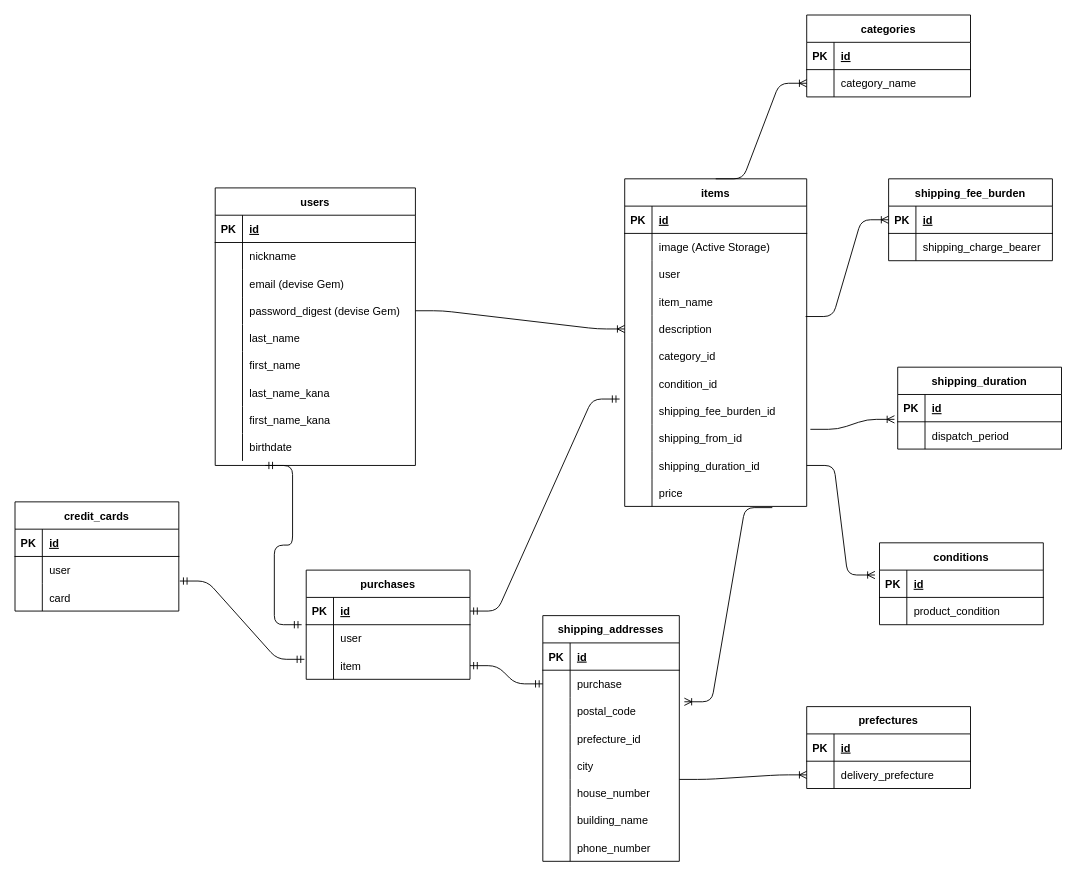
The draw.io diagram er.dio in sidrug21/furima-38607, before the edit. Source tidied: cells renumbered, new cells numbered last; positions are measured from the earlier drawing's top-left corner, leaving out a move shared by most shapes. Both pictures are drawn from the tidied source at 91%, with x=0, y=0 at pixel (15, 15).
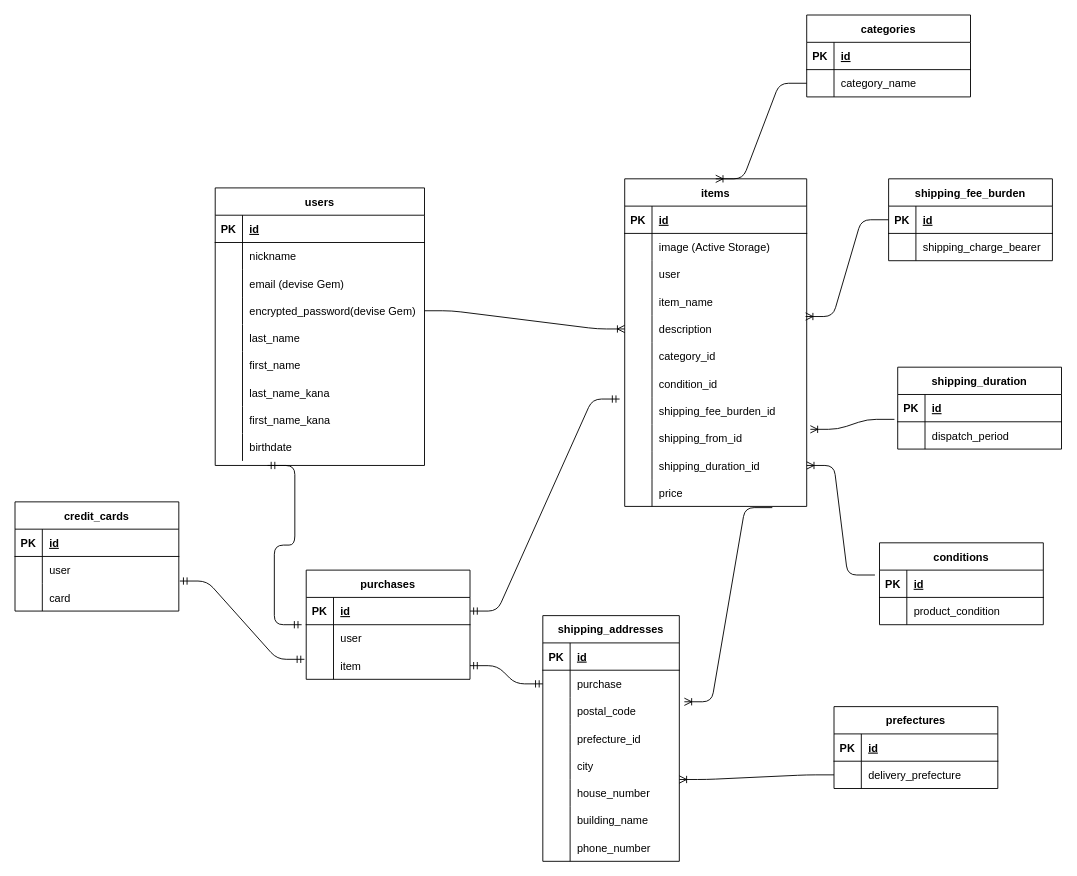
The same page after the edit.

Commit message (it also covers changes not shown here):
データベースの設計の修正_2

Unchanged cells that the change refers to:
```xml
<mxCell id="30" value="items" style="shape=table;startSize=30;childLayout=tableLayout;rowLines=0;fontStyle=1;align=center;fontColor=default;" parent="1" vertex="1">
  <mxGeometry x="670" y="180" width="200" height="360" as="geometry" />
</mxCell>
<mxCell id="43" style="shape=tableRow;horizontal=0;startSize=0;swimlaneHead=0;swimlaneBody=0;fillColor=none;points=[[0,0.5],[1,0.5]];portConstraint=eastwest;top=0;left=0;right=0;bottom=0;fontColor=default;" parent="30" vertex="1">
  <mxGeometry y="150" width="200" height="30" as="geometry" />
</mxCell>
<mxCell id="55" style="shape=tableRow;horizontal=0;startSize=0;swimlaneHead=0;swimlaneBody=0;fillColor=none;points=[[0,0.5],[1,0.5]];portConstraint=eastwest;top=0;left=0;right=0;bottom=0;fontColor=default;" parent="30" vertex="1">
  <mxGeometry y="270" width="200" height="30" as="geometry" />
</mxCell>
<mxCell id="58" style="shape=tableRow;horizontal=0;startSize=0;swimlaneHead=0;swimlaneBody=0;fillColor=none;points=[[0,0.5],[1,0.5]];portConstraint=eastwest;top=0;left=0;right=0;bottom=0;fontColor=default;" parent="30" vertex="1">
  <mxGeometry y="300" width="200" height="30" as="geometry" />
</mxCell>
<mxCell id="90" style="shape=tableRow;horizontal=0;startSize=0;swimlaneHead=0;swimlaneBody=0;fillColor=none;points=[[0,0.5],[1,0.5]];portConstraint=eastwest;top=0;left=0;right=0;bottom=0;fontColor=default;" parent="74" vertex="1">
  <mxGeometry y="180" width="150" height="30" as="geometry" />
</mxCell>
<mxCell id="105" style="shape=tableRow;horizontal=0;startSize=0;swimlaneHead=0;swimlaneBody=0;fillColor=none;points=[[0,0.5],[1,0.5]];portConstraint=eastwest;top=0;left=0;right=0;bottom=0;fontColor=default;" parent="101" vertex="1">
  <mxGeometry y="60" width="180" height="30" as="geometry" />
</mxCell>
<mxCell id="110" style="shape=tableRow;horizontal=0;startSize=0;swimlaneHead=0;swimlaneBody=0;fillColor=none;points=[[0,0.5],[1,0.5]];portConstraint=eastwest;top=0;left=0;right=0;bottom=1;fontColor=default;" parent="109" vertex="1">
  <mxGeometry y="30" width="180" height="30" as="geometry" />
</mxCell>
<mxCell id="117" style="shape=tableRow;horizontal=0;startSize=0;swimlaneHead=0;swimlaneBody=0;fillColor=none;points=[[0,0.5],[1,0.5]];portConstraint=eastwest;top=0;left=0;right=0;bottom=1;fontColor=default;" parent="116" vertex="1">
  <mxGeometry y="30" width="180" height="30" as="geometry" />
</mxCell>
<mxCell id="134" style="shape=tableRow;horizontal=0;startSize=0;swimlaneHead=0;swimlaneBody=0;fillColor=none;points=[[0,0.5],[1,0.5]];portConstraint=eastwest;top=0;left=0;right=0;bottom=1;fontColor=default;" parent="133" vertex="1">
  <mxGeometry y="30" width="180" height="30" as="geometry" />
</mxCell>
<mxCell id="151" style="shape=tableRow;horizontal=0;startSize=0;swimlaneHead=0;swimlaneBody=0;fillColor=none;points=[[0,0.5],[1,0.5]];portConstraint=eastwest;top=0;left=0;right=0;bottom=0;fontColor=default;" parent="147" vertex="1">
  <mxGeometry y="60" width="180" height="30" as="geometry" />
</mxCell>
```

The edit, as a diff of the source:
```diff
@@
     <mxCell id="2" value="users" style="shape=table;startSize=30;childLayout=tableLayout;rowLines=0;fontStyle=1;align=center;fontColor=default;" parent="1" vertex="1">
-      <mxGeometry x="220" y="190" width="220" height="305" as="geometry" />
+      <mxGeometry x="220" y="190" width="230" height="305" as="geometry" />
     </mxCell>
     <mxCell id="3" style="shape=tableRow;horizontal=0;startSize=0;swimlaneHead=0;swimlaneBody=0;fillColor=none;top=0;left=0;right=0;bottom=1;fontColor=default;" parent="2" vertex="1">
-      <mxGeometry y="30" width="220" height="30" as="geometry" />
+      <mxGeometry y="30" width="230" height="30" as="geometry" />
     </mxCell>
@@
     <mxCell id="5" value="id" style="shape=partialRectangle;fillColor=none;top=0;left=0;bottom=0;right=0;align=left;spacingLeft=6;fontStyle=5;overflow=hidden;fontColor=default;" parent="3" vertex="1">
-      <mxGeometry x="30" width="190" height="30" as="geometry" />
+      <mxGeometry x="30" width="200" height="30" as="geometry" />
     </mxCell>
     <mxCell id="6" style="shape=tableRow;horizontal=0;startSize=0;swimlaneHead=0;swimlaneBody=0;fillColor=none;top=0;left=0;right=0;bottom=0;fontColor=default;" parent="2" vertex="1">
-      <mxGeometry y="60" width="220" height="30" as="geometry" />
+      <mxGeometry y="60" width="230" height="30" as="geometry" />
     </mxCell>
@@
     <mxCell id="8" value="nickname" style="shape=partialRectangle;fillColor=none;top=0;left=0;bottom=0;right=0;align=left;spacingLeft=6;overflow=hidden;fontColor=default;" parent="6" vertex="1">
-      <mxGeometry x="30" width="190" height="30" as="geometry" />
+      <mxGeometry x="30" width="200" height="30" as="geometry" />
     </mxCell>
     <mxCell id="9" style="shape=tableRow;horizontal=0;startSize=0;swimlaneHead=0;swimlaneBody=0;fillColor=none;top=0;left=0;right=0;bottom=0;fontColor=default;" parent="2" vertex="1">
-      <mxGeometry y="90" width="220" height="30" as="geometry" />
+      <mxGeometry y="90" width="230" height="30" as="geometry" />
     </mxCell>
@@
     <mxCell id="11" value="email (devise Gem)" style="shape=partialRectangle;fillColor=none;top=0;left=0;bottom=0;right=0;align=left;spacingLeft=6;overflow=hidden;fontColor=default;" parent="9" vertex="1">
-      <mxGeometry x="30" width="190" height="30" as="geometry" />
+      <mxGeometry x="30" width="200" height="30" as="geometry" />
     </mxCell>
     <mxCell id="12" style="shape=tableRow;horizontal=0;startSize=0;swimlaneHead=0;swimlaneBody=0;fillColor=none;points=[[0,0.5],[1,0.5]];portConstraint=eastwest;top=0;left=0;right=0;bottom=0;fontColor=default;" parent="2" vertex="1">
-      <mxGeometry y="120" width="220" height="30" as="geometry" />
+      <mxGeometry y="120" width="230" height="30" as="geometry" />
     </mxCell>
@@
-    <mxCell id="14" value="password_digest (devise Gem)" style="shape=partialRectangle;fillColor=none;top=0;left=0;bottom=0;right=0;align=left;spacingLeft=6;overflow=hidden;fontColor=default;" parent="12" vertex="1">
-      <mxGeometry x="30" width="190" height="30" as="geometry" />
+    <mxCell id="14" value="encrypted_password(devise Gem)" style="shape=partialRectangle;fillColor=none;top=0;left=0;bottom=0;right=0;align=left;spacingLeft=6;overflow=hidden;fontColor=default;" parent="12" vertex="1">
+      <mxGeometry x="30" width="200" height="30" as="geometry" />
     </mxCell>
     <mxCell id="15" style="shape=tableRow;horizontal=0;startSize=0;swimlaneHead=0;swimlaneBody=0;fillColor=none;top=0;left=0;right=0;bottom=0;fontColor=default;" parent="2" vertex="1">
-      <mxGeometry y="150" width="220" height="30" as="geometry" />
+      <mxGeometry y="150" width="230" height="30" as="geometry" />
     </mxCell>
@@
     <mxCell id="17" value="last_name" style="shape=partialRectangle;fillColor=none;top=0;left=0;bottom=0;right=0;align=left;spacingLeft=6;overflow=hidden;fontColor=default;" parent="15" vertex="1">
-      <mxGeometry x="30" width="190" height="30" as="geometry" />
+      <mxGeometry x="30" width="200" height="30" as="geometry" />
     </mxCell>
     <mxCell id="18" style="shape=tableRow;horizontal=0;startSize=0;swimlaneHead=0;swimlaneBody=0;fillColor=none;top=0;left=0;right=0;bottom=0;fontColor=default;" parent="2" vertex="1">
-      <mxGeometry y="180" width="220" height="30" as="geometry" />
+      <mxGeometry y="180" width="230" height="30" as="geometry" />
     </mxCell>
@@
     <mxCell id="20" value="first_name" style="shape=partialRectangle;fillColor=none;top=0;left=0;bottom=0;right=0;align=left;spacingLeft=6;overflow=hidden;fontColor=default;" parent="18" vertex="1">
-      <mxGeometry x="30" width="190" height="30" as="geometry" />
+      <mxGeometry x="30" width="200" height="30" as="geometry" />
     </mxCell>
     <mxCell id="21" style="shape=tableRow;horizontal=0;startSize=0;swimlaneHead=0;swimlaneBody=0;fillColor=none;top=0;left=0;right=0;bottom=0;fontColor=default;" parent="2" vertex="1">
-      <mxGeometry y="210" width="220" height="30" as="geometry" />
+      <mxGeometry y="210" width="230" height="30" as="geometry" />
     </mxCell>
@@
     <mxCell id="23" value="last_name_kana" style="shape=partialRectangle;fillColor=none;top=0;left=0;bottom=0;right=0;align=left;spacingLeft=6;overflow=hidden;fontColor=default;" parent="21" vertex="1">
-      <mxGeometry x="30" width="190" height="30" as="geometry" />
+      <mxGeometry x="30" width="200" height="30" as="geometry" />
     </mxCell>
     <mxCell id="24" style="shape=tableRow;horizontal=0;startSize=0;swimlaneHead=0;swimlaneBody=0;fillColor=none;top=0;left=0;right=0;bottom=0;fontColor=default;" parent="2" vertex="1">
-      <mxGeometry y="240" width="220" height="30" as="geometry" />
+      <mxGeometry y="240" width="230" height="30" as="geometry" />
     </mxCell>
@@
     <mxCell id="26" value="first_name_kana" style="shape=partialRectangle;fillColor=none;top=0;left=0;bottom=0;right=0;align=left;spacingLeft=6;overflow=hidden;fontColor=default;" parent="24" vertex="1">
-      <mxGeometry x="30" width="190" height="30" as="geometry" />
+      <mxGeometry x="30" width="200" height="30" as="geometry" />
     </mxCell>
     <mxCell id="27" style="shape=tableRow;horizontal=0;startSize=0;swimlaneHead=0;swimlaneBody=0;fillColor=none;top=0;left=0;right=0;bottom=0;fontColor=default;" parent="2" vertex="1">
-      <mxGeometry y="270" width="220" height="30" as="geometry" />
+      <mxGeometry y="270" width="230" height="30" as="geometry" />
     </mxCell>
@@
     <mxCell id="29" value="birthdate" style="shape=partialRectangle;fillColor=none;top=0;left=0;bottom=0;right=0;align=left;spacingLeft=6;overflow=hidden;fontColor=default;" parent="27" vertex="1">
-      <mxGeometry x="30" width="190" height="30" as="geometry" />
+      <mxGeometry x="30" width="200" height="30" as="geometry" />
     </mxCell>
@@
-    <mxCell id="108" style="edgeStyle=entityRelationEdgeStyle;fontSize=12;html=1;endArrow=ERoneToMany;fontColor=default;exitX=0.5;exitY=0;exitDx=0;exitDy=0;entryX=0;entryY=0.5;entryDx=0;entryDy=0;" parent="1" edge="1" source="30" target="105">
-      <mxGeometry relative="1" as="geometry" />
-    </mxCell>
@@
-    <mxCell id="140" style="edgeStyle=entityRelationEdgeStyle;fontSize=12;html=1;endArrow=ERoneToMany;fontColor=default;exitX=1.02;exitY=0.176;exitDx=0;exitDy=0;entryX=-0.02;entryY=0.911;entryDx=0;entryDy=0;exitPerimeter=0;entryPerimeter=0;" parent="1" edge="1" source="55" target="110">
-      <mxGeometry relative="1" as="geometry" />
-    </mxCell>
-    <mxCell id="141" style="edgeStyle=entityRelationEdgeStyle;fontSize=12;html=1;endArrow=ERoneToMany;fontColor=default;entryX=-0.028;entryY=0.179;entryDx=0;entryDy=0;entryPerimeter=0;exitX=1;exitY=0.5;exitDx=0;exitDy=0;" parent="1" edge="1" source="58" target="134">
-      <mxGeometry relative="1" as="geometry" />
-    </mxCell>
-    <mxCell id="142" style="edgeStyle=entityRelationEdgeStyle;fontSize=12;html=1;endArrow=ERoneToMany;fontColor=default;entryX=0;entryY=0.5;entryDx=0;entryDy=0;exitX=0.994;exitY=0.044;exitDx=0;exitDy=0;exitPerimeter=0;" parent="1" edge="1" source="43" target="117">
-      <mxGeometry relative="1" as="geometry" />
-    </mxCell>
@@
     <mxCell id="147" value="prefectures" style="shape=table;startSize=30;childLayout=tableLayout;rowLines=0;fontStyle=1;align=center;fontColor=default;" parent="1" vertex="1">
-      <mxGeometry x="870" y="760" width="180" height="90" as="geometry" />
+      <mxGeometry x="900" y="760" width="180" height="90" as="geometry" />
     </mxCell>
@@
-    <mxCell id="154" style="edgeStyle=entityRelationEdgeStyle;fontSize=12;html=1;endArrow=ERoneToMany;fontColor=default;entryX=0;entryY=0.5;entryDx=0;entryDy=0;" parent="1" edge="1" target="151">
-      <mxGeometry relative="1" as="geometry">
-        <mxPoint x="730" y="840" as="sourcePoint" />
-      </mxGeometry>
+    <mxCell id="154" style="edgeStyle=entityRelationEdgeStyle;fontSize=12;html=1;endArrow=ERoneToMany;fontColor=default;entryX=1;entryY=0.003;entryDx=0;entryDy=0;exitX=0;exitY=0.5;exitDx=0;exitDy=0;entryPerimeter=0;" parent="1" edge="1" source="151" target="90">
+      <mxGeometry relative="1" as="geometry" />
     </mxCell>
+    <mxCell id="141" style="edgeStyle=entityRelationEdgeStyle;fontSize=12;html=1;endArrow=ERoneToMany;fontColor=default;entryX=1;entryY=0.5;entryDx=0;entryDy=0;exitX=-0.028;exitY=0.179;exitDx=0;exitDy=0;exitPerimeter=0;" parent="1" edge="1" source="134" target="58">
+      <mxGeometry relative="1" as="geometry" />
+    </mxCell>
+    <mxCell id="140" style="edgeStyle=entityRelationEdgeStyle;fontSize=12;html=1;endArrow=ERoneToMany;fontColor=default;exitX=-0.02;exitY=0.911;exitDx=0;exitDy=0;entryX=1.02;entryY=0.176;entryDx=0;entryDy=0;exitPerimeter=0;entryPerimeter=0;" parent="1" edge="1" source="110" target="55">
+      <mxGeometry relative="1" as="geometry" />
+    </mxCell>
+    <mxCell id="142" style="edgeStyle=entityRelationEdgeStyle;fontSize=12;html=1;endArrow=ERoneToMany;fontColor=default;entryX=0.994;entryY=0.044;entryDx=0;entryDy=0;exitX=0;exitY=0.5;exitDx=0;exitDy=0;entryPerimeter=0;" parent="1" edge="1" source="117" target="43">
+      <mxGeometry relative="1" as="geometry" />
+    </mxCell>
+    <mxCell id="108" style="edgeStyle=entityRelationEdgeStyle;fontSize=12;html=1;endArrow=ERoneToMany;fontColor=default;exitX=0;exitY=0.5;exitDx=0;exitDy=0;entryX=0.5;entryY=0;entryDx=0;entryDy=0;" parent="1" edge="1" source="105" target="30">
+      <mxGeometry relative="1" as="geometry" />
+    </mxCell>
```
